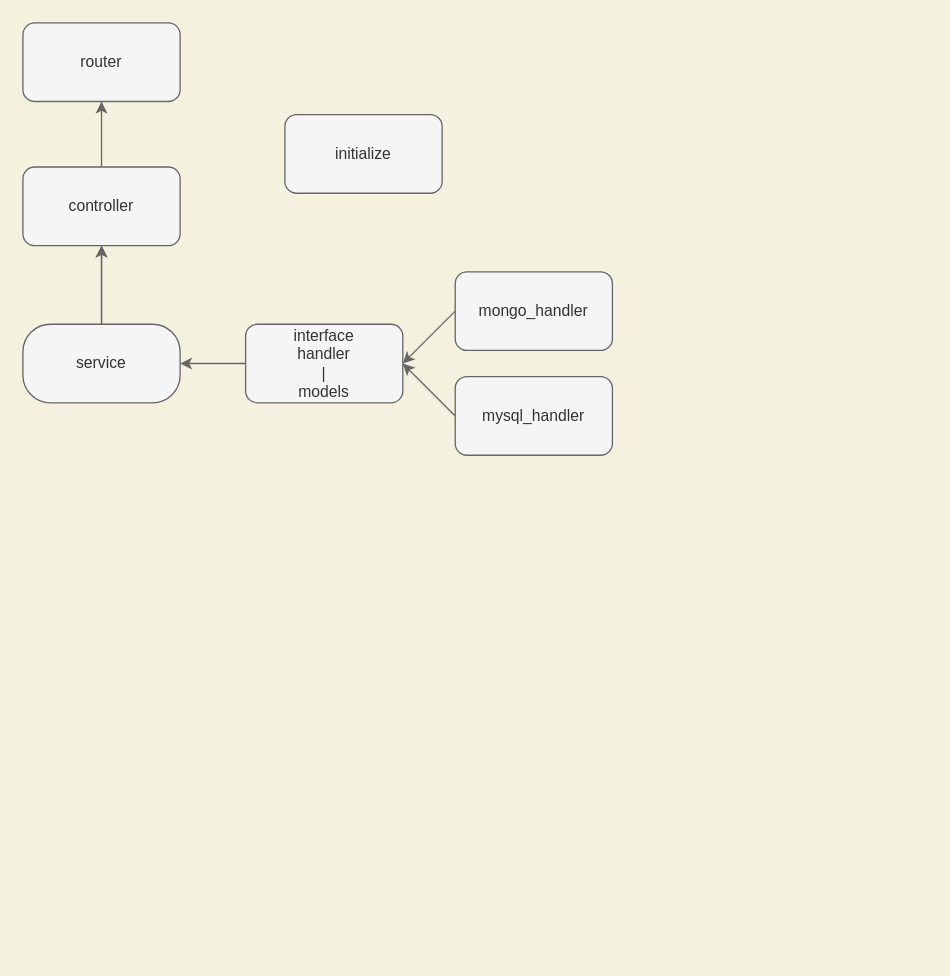
This is page "objs-struct" (2 of 2) of ml-mate.dio from GingerNg/trainmate, a draw.io file, before an edit. Source tidied: cells renumbered, new cells numbered last; positions are measured from the earlier drawing's top-left corner, leaving out a move shared by most shapes. Both pictures are drawn from the tidied source at 131%, with x=0, y=0 at pixel (22, 22).
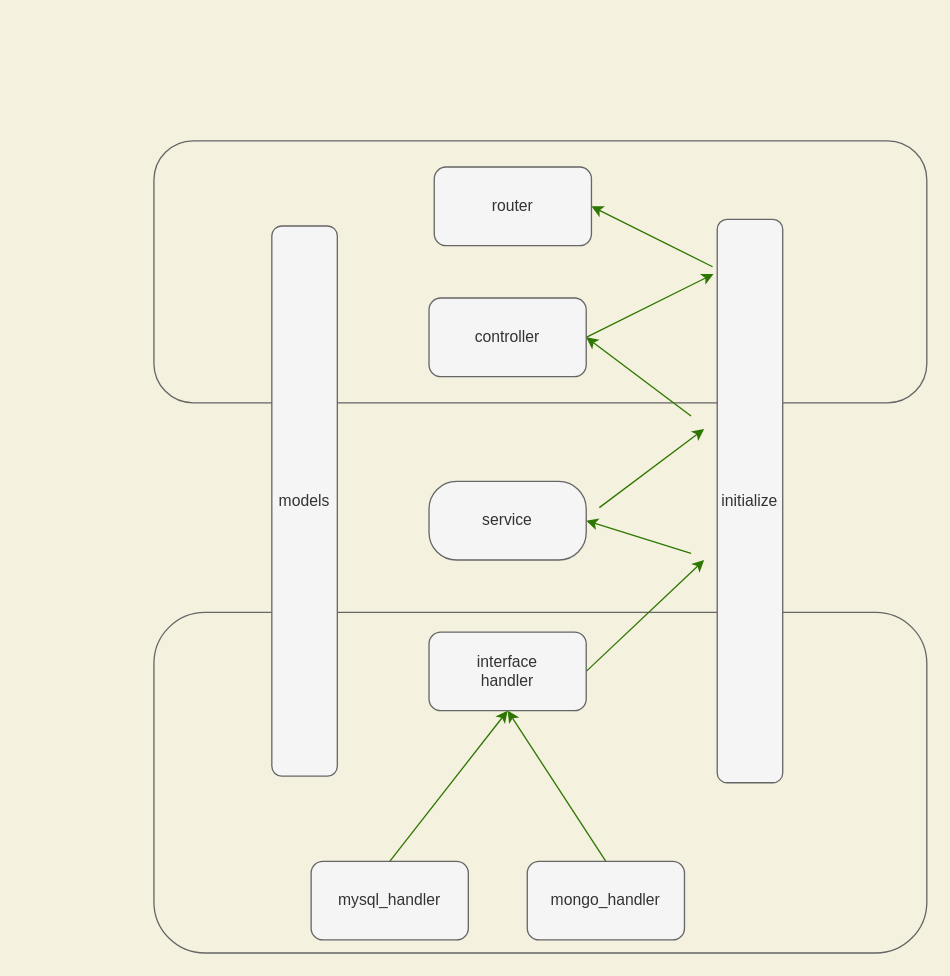
The same page after the edit.

The edit, as a diff of the source:
```diff
@@
+    <mxCell id="15" style="rounded=1;whiteSpace=wrap;html=1;strokeColor=#666666;fontColor=#333333;fillColor=none;" parent="1" vertex="1">
+      <mxGeometry x="100" y="450" width="590" height="260" as="geometry" />
+    </mxCell>
+    <mxCell id="16" style="rounded=1;whiteSpace=wrap;html=1;strokeColor=#666666;fontColor=#333333;fillColor=none;" parent="1" vertex="1">
+      <mxGeometry x="100" y="90" width="590" height="200" as="geometry" />
+    </mxCell>
     <mxCell id="2" value="router" style="whiteSpace=wrap;html=1;fontColor=#333333;strokeColor=#666666;fillColor=#f5f5f5;rounded=1;" parent="1" vertex="1">
-      <mxGeometry width="120" height="60" as="geometry" />
+      <mxGeometry x="314" y="110" width="120" height="60" as="geometry" />
     </mxCell>
-    <mxCell id="3" style="edgeStyle=orthogonalEdgeStyle;jettySize=auto;html=1;exitX=0.5;exitY=0;exitDx=0;exitDy=0;fontColor=#393C56;strokeColor=#666666;fillColor=#f5f5f5;" parent="1" edge="1" source="4" target="2">
-      <mxGeometry relative="1" as="geometry" />
-    </mxCell>
+    <mxCell id="17" style="edgeStyle=none;html=1;exitX=1;exitY=0.5;exitDx=0;exitDy=0;entryX=-0.057;entryY=0.097;entryDx=0;entryDy=0;entryPerimeter=0;strokeColor=#2D7600;fillColor=#60a917;" parent="1" edge="1" source="4" target="5">
+      <mxGeometry relative="1" as="geometry" />
+    </mxCell>
     <mxCell id="4" value="controller" style="whiteSpace=wrap;html=1;fontColor=#333333;strokeColor=#666666;fillColor=#f5f5f5;rounded=1;" parent="1" vertex="1">
-      <mxGeometry y="110" width="120" height="60" as="geometry" />
+      <mxGeometry x="310" y="210" width="120" height="60" as="geometry" />
     </mxCell>
+    <mxCell id="18" style="edgeStyle=none;html=1;entryX=1;entryY=0.5;entryDx=0;entryDy=0;fillColor=#60a917;strokeColor=#2D7600;" parent="1" edge="1" target="4">
+      <mxGeometry relative="1" as="geometry">
+        <mxPoint x="510" y="300" as="sourcePoint" />
+      </mxGeometry>
+    </mxCell>
+    <mxCell id="19" style="edgeStyle=none;html=1;entryX=1;entryY=0.5;entryDx=0;entryDy=0;strokeColor=#2D7600;fillColor=#60a917;" parent="1" edge="1" target="8">
+      <mxGeometry relative="1" as="geometry">
+        <mxPoint x="510" y="405" as="sourcePoint" />
+      </mxGeometry>
+    </mxCell>
     <mxCell id="5" value="initialize" style="whiteSpace=wrap;html=1;fontColor=#333333;strokeColor=#666666;fillColor=#f5f5f5;rounded=1;" parent="1" vertex="1">
-      <mxGeometry x="200" y="70" width="120" height="60" as="geometry" />
+      <mxGeometry x="530" y="150" width="50" height="430" as="geometry" />
     </mxCell>
-    <mxCell id="6" style="edgeStyle=none;html=1;exitX=0.5;exitY=0;exitDx=0;exitDy=0;entryX=0.5;entryY=1;entryDx=0;entryDy=0;fillColor=#f5f5f5;strokeColor=#666666;" parent="1" edge="1" source="8" target="4">
-      <mxGeometry relative="1" as="geometry" />
-    </mxCell>
-    <mxCell id="7" style="edgeStyle=none;html=1;exitX=0.5;exitY=0;exitDx=0;exitDy=0;fillColor=#f5f5f5;strokeColor=#666666;" parent="1" edge="1" source="8">
-      <mxGeometry relative="1" as="geometry">
-        <mxPoint x="60" y="170" as="targetPoint" />
-      </mxGeometry>
-    </mxCell>
     <mxCell id="8" value="service" style="whiteSpace=wrap;html=1;fontColor=#333333;strokeColor=#666666;fillColor=#f5f5f5;arcSize=35;rounded=1;" parent="1" vertex="1">
-      <mxGeometry y="230" width="120" height="60" as="geometry" />
+      <mxGeometry x="310" y="350" width="120" height="60" as="geometry" />
     </mxCell>
-    <mxCell id="9" style="edgeStyle=none;html=1;exitX=0;exitY=0.5;exitDx=0;exitDy=0;entryX=1;entryY=0.5;entryDx=0;entryDy=0;fillColor=#f5f5f5;strokeColor=#666666;" parent="1" edge="1" source="10" target="8">
-      <mxGeometry relative="1" as="geometry" />
-    </mxCell>
+    <mxCell id="20" style="edgeStyle=none;html=1;exitX=1;exitY=0.5;exitDx=0;exitDy=0;strokeColor=#2D7600;fillColor=#60a917;" parent="1" edge="1" source="10">
+      <mxGeometry relative="1" as="geometry">
+        <mxPoint x="520" y="410" as="targetPoint" />
+      </mxGeometry>
+    </mxCell>
-    <mxCell id="10" value="interface&lt;br&gt;handler&lt;br&gt;|&lt;br&gt;models" style="rounded=1;whiteSpace=wrap;html=1;fillColor=#f5f5f5;strokeColor=#666666;fontColor=#333333;" parent="1" vertex="1">
-      <mxGeometry x="170" y="230" width="120" height="60" as="geometry" />
+    <mxCell id="10" value="interface&lt;br&gt;handler" style="rounded=1;whiteSpace=wrap;html=1;fillColor=#f5f5f5;strokeColor=#666666;fontColor=#333333;" parent="1" vertex="1">
+      <mxGeometry x="310" y="465" width="120" height="60" as="geometry" />
     </mxCell>
-    <mxCell id="11" style="edgeStyle=none;html=1;exitX=0;exitY=0.5;exitDx=0;exitDy=0;entryX=1;entryY=0.5;entryDx=0;entryDy=0;fillColor=#f5f5f5;strokeColor=#666666;" parent="1" edge="1" source="12" target="10">
+    <mxCell id="11" style="edgeStyle=none;html=1;exitX=0.5;exitY=0;exitDx=0;exitDy=0;entryX=0.5;entryY=1;entryDx=0;entryDy=0;fillColor=#60a917;strokeColor=#2D7600;" parent="1" edge="1" source="12" target="10">
       <mxGeometry relative="1" as="geometry" />
     </mxCell>
     <mxCell id="12" value="mongo_handler" style="rounded=1;whiteSpace=wrap;html=1;fillColor=#f5f5f5;strokeColor=#666666;fontColor=#333333;" parent="1" vertex="1">
-      <mxGeometry x="330" y="190" width="120" height="60" as="geometry" />
+      <mxGeometry x="385" y="640" width="120" height="60" as="geometry" />
     </mxCell>
-    <mxCell id="13" style="edgeStyle=none;html=1;exitX=0;exitY=0.5;exitDx=0;exitDy=0;fillColor=#f5f5f5;strokeColor=#666666;" parent="1" edge="1" source="14">
-      <mxGeometry relative="1" as="geometry">
-        <mxPoint x="290" y="260" as="targetPoint" />
-      </mxGeometry>
-    </mxCell>
+    <mxCell id="21" style="edgeStyle=none;html=1;exitX=0.5;exitY=0;exitDx=0;exitDy=0;entryX=0.5;entryY=1;entryDx=0;entryDy=0;strokeColor=#2D7600;fillColor=#60a917;" parent="1" edge="1" source="14" target="10">
+      <mxGeometry relative="1" as="geometry" />
+    </mxCell>
     <mxCell id="14" value="mysql_handler" style="rounded=1;whiteSpace=wrap;html=1;fillColor=#f5f5f5;strokeColor=#666666;fontColor=#333333;" parent="1" vertex="1">
-      <mxGeometry x="330" y="270" width="120" height="60" as="geometry" />
+      <mxGeometry x="220" y="640" width="120" height="60" as="geometry" />
     </mxCell>
+    <mxCell id="22" style="endArrow=classic;html=1;strokeColor=#2D7600;entryX=1;entryY=0.5;entryDx=0;entryDy=0;fillColor=#60a917;exitX=-0.071;exitY=0.084;exitDx=0;exitDy=0;exitPerimeter=0;" parent="1" edge="1" source="5" target="2">
+      <mxGeometry relative="1" as="geometry" />
+    </mxCell>
+    <mxCell id="23" value="models" style="rounded=1;whiteSpace=wrap;html=1;fillColor=#f5f5f5;strokeColor=#666666;fontColor=#333333;" parent="1" vertex="1">
+      <mxGeometry x="190" y="155" width="50" height="420" as="geometry" />
+    </mxCell>
+    <mxCell id="24" style="endArrow=classic;html=1;strokeColor=#2D7600;fillColor=#60a917;" parent="1" edge="1">
+      <mxGeometry relative="1" as="geometry">
+        <mxPoint x="440" y="370" as="sourcePoint" />
+        <mxPoint x="520" y="310" as="targetPoint" />
+      </mxGeometry>
+    </mxCell>
```
